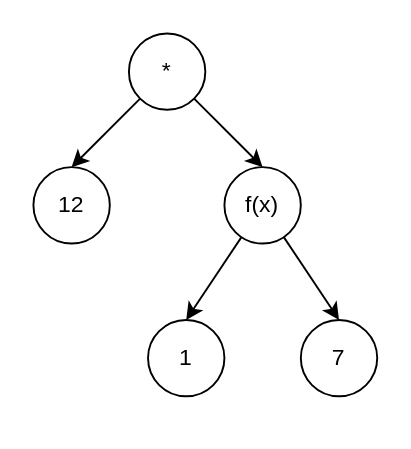
Before: page "Page-2" (2 of 2) of SDEV120_Computing_Logic/syntax_tree_assignment_shapes.drawio in mpjovanovich/ivy_tech, a draw.io diagram. Source tidied: cells renumbered, new cells numbered last; positions are measured from the earlier drawing's top-left corner, leaving out a move shared by most shapes. Both pictures are drawn from the tidied source at 191%, with x=0, y=0 at pixel (32, 32).
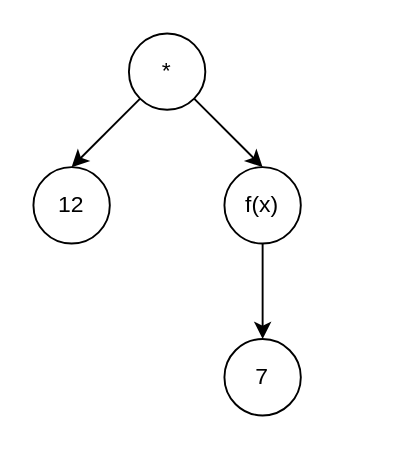
The same page after the edit.

The edit, as a diff of the source:
```diff
@@
 <mxGraphModel>
   <root>
     <mxCell id="0" />
     <mxCell id="1" parent="0" />
-    <mxCell id="2" value="1" style="ellipse;whiteSpace=wrap;html=1;" parent="1" vertex="1">
-      <mxGeometry x="60" y="150" width="40" height="40" as="geometry" />
-    </mxCell>
-    <mxCell id="3" style="rounded=0;jettySize=auto;html=1;entryX=0.5;entryY=0;entryDx=0;entryDy=0;" parent="1" edge="1" source="5" target="2">
-      <mxGeometry relative="1" as="geometry" />
-    </mxCell>
     <mxCell id="4" style="rounded=0;jettySize=auto;html=1;entryX=0.5;entryY=0;entryDx=0;entryDy=0;" parent="1" edge="1" source="5" target="6">
       <mxGeometry relative="1" as="geometry" />
     </mxCell>
     <mxCell id="5" value="f(x)" style="ellipse;whiteSpace=wrap;html=1;" parent="1" vertex="1">
       <mxGeometry x="100" y="70" width="40" height="40" as="geometry" />
     </mxCell>
     <mxCell id="6" value="7" style="ellipse;whiteSpace=wrap;html=1;" parent="1" vertex="1">
-      <mxGeometry x="140" y="150" width="40" height="40" as="geometry" />
+      <mxGeometry x="100" y="160" width="40" height="40" as="geometry" />
     </mxCell>
     <mxCell id="7" style="rounded=0;jettySize=auto;html=1;entryX=0.5;entryY=0;entryDx=0;entryDy=0;" parent="1" edge="1" source="9" target="5">
       <mxGeometry relative="1" as="geometry" />
     </mxCell>
     <mxCell id="8" style="rounded=0;jettySize=auto;html=1;entryX=0.5;entryY=0;entryDx=0;entryDy=0;" parent="1" edge="1" source="9" target="10">
       <mxGeometry relative="1" as="geometry" />
     </mxCell>
     <mxCell id="9" value="*" style="ellipse;whiteSpace=wrap;html=1;" parent="1" vertex="1">
       <mxGeometry x="50" width="40" height="40" as="geometry" />
     </mxCell>
     <mxCell id="10" value="12" style="ellipse;whiteSpace=wrap;html=1;" parent="1" vertex="1">
       <mxGeometry y="70" width="40" height="40" as="geometry" />
     </mxCell>
   </root>
 </mxGraphModel>
```
